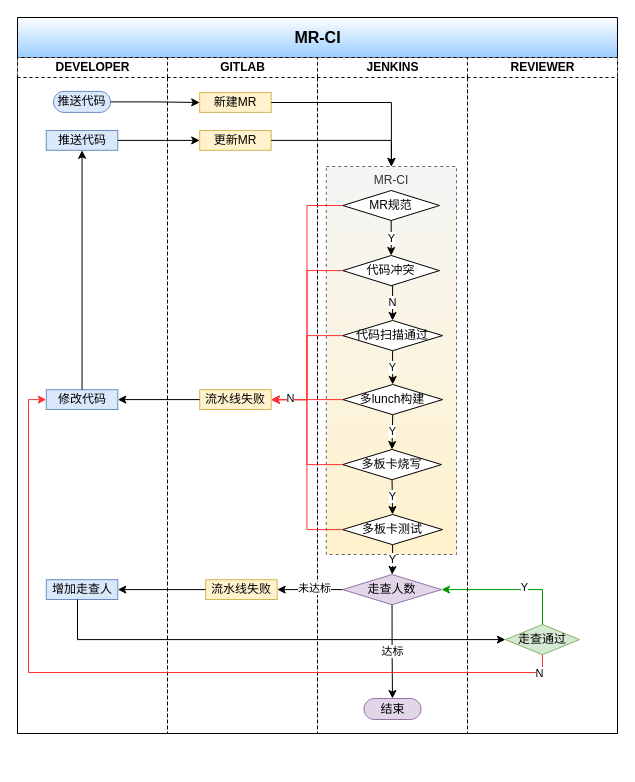
The draw.io diagram MR_CI_STATE.drawio in KaiGuoV5/drawio, before the edit. Source tidied: cells renumbered, new cells numbered last; positions are measured from the earlier drawing's top-left corner, leaving out a move shared by most shapes. Both pictures are drawn from the tidied source at 100%, with x=0, y=0 at pixel (17, 17).
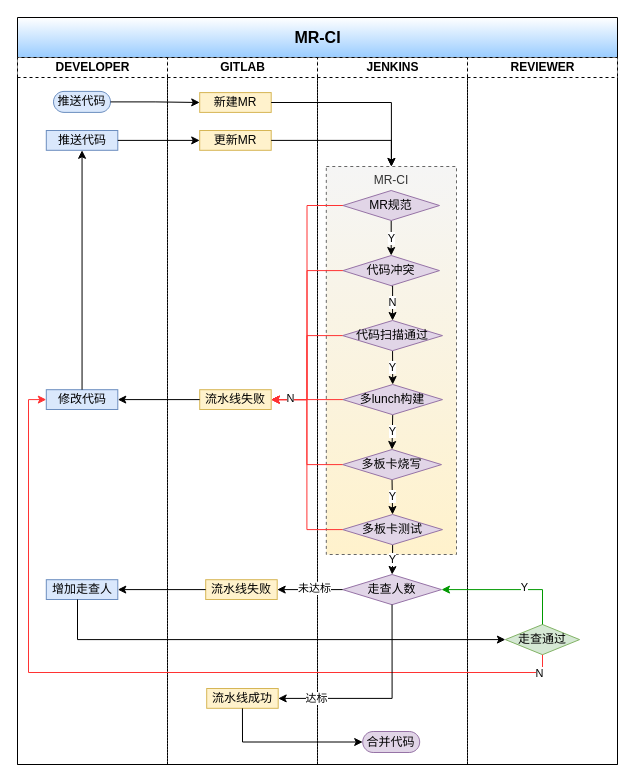
The same diagram, later.

Commit message:
MR增加自动合并.drawio

Unchanged cells that the change refers to:
```xml
<mxCell id="29" value="走查人数" style="rhombus;whiteSpace=wrap;html=1;dashed=0;fillColor=#e1d5e7;strokeColor=#9673a6;" parent="14" vertex="1">
  <mxGeometry x="25.1" y="517" width="98.9" height="30.2" as="geometry" />
</mxCell>
```

What changed in the source:
```diff
@@
     <mxCell id="2" value="MR-CI" style="swimlane;startSize=40;html=1;gradientColor=#99CCFF;fontSize=16;" parent="1" vertex="1">
-      <mxGeometry width="600" height="716" as="geometry" />
+      <mxGeometry width="600" height="747" as="geometry" />
     </mxCell>
     <mxCell id="3" value="DEVELOPER" style="swimlane;startSize=20;html=1;dashed=1;" parent="2" vertex="1">
-      <mxGeometry y="40" width="150" height="676" as="geometry" />
+      <mxGeometry y="40" width="150" height="707" as="geometry" />
     </mxCell>
@@
-    <mxCell id="9" value="GITLAB" style="swimlane;startSize=20;html=1;dashed=1;" parent="2" vertex="1">
-      <mxGeometry x="150" y="40" width="150" height="676" as="geometry" />
+    <mxCell id="9" value="GITLAB" style="swimlane;startSize=20;html=1;dashed=1;glass=0;swimlaneLine=1;swimlaneFillColor=none;" parent="2" vertex="1">
+      <mxGeometry x="150" y="40" width="150" height="707" as="geometry" />
     </mxCell>
@@
+    <mxCell id="53" value="流水线成功" style="whiteSpace=wrap;html=1;dashed=0;fillColor=#fff2cc;strokeColor=#d6b656;" parent="9" vertex="1">
+      <mxGeometry x="39.2" y="631" width="71.5" height="19.8" as="geometry" />
+    </mxCell>
     <mxCell id="14" value="JENKINS" style="swimlane;startSize=20;html=1;dashed=1;" parent="2" vertex="1">
-      <mxGeometry x="300" y="40" width="150" height="676" as="geometry" />
+      <mxGeometry x="300" y="40" width="150" height="707" as="geometry" />
     </mxCell>
@@
-    <mxCell id="17" value="MR规范" style="rhombus;whiteSpace=wrap;html=1;dashed=0;" parent="14" vertex="1">
+    <mxCell id="17" value="MR规范" style="rhombus;whiteSpace=wrap;html=1;dashed=0;fillColor=#e1d5e7;strokeColor=#9673a6;" parent="14" vertex="1">
       <mxGeometry x="25.4" y="133" width="96.6" height="30" as="geometry" />
     </mxCell>
@@
-    <mxCell id="19" value="代码冲突" style="rhombus;whiteSpace=wrap;html=1;dashed=0;" parent="14" vertex="1">
+    <mxCell id="19" value="代码冲突" style="rhombus;whiteSpace=wrap;html=1;dashed=0;fillColor=#e1d5e7;strokeColor=#9673a6;" parent="14" vertex="1">
       <mxGeometry x="25.4" y="198" width="96.6" height="30.2" as="geometry" />
     </mxCell>
@@
-    <mxCell id="21" value="代码扫描通过" style="rhombus;whiteSpace=wrap;html=1;dashed=0;" parent="14" vertex="1">
+    <mxCell id="21" value="代码扫描通过" style="rhombus;whiteSpace=wrap;html=1;dashed=0;fillColor=#e1d5e7;strokeColor=#9673a6;" parent="14" vertex="1">
       <mxGeometry x="25.1" y="263" width="99.9" height="30.2" as="geometry" />
     </mxCell>
@@
-    <mxCell id="23" value="多lunch构建" style="rhombus;whiteSpace=wrap;html=1;dashed=0;" parent="14" vertex="1">
+    <mxCell id="23" value="多lunch构建" style="rhombus;whiteSpace=wrap;html=1;dashed=0;fillColor=#e1d5e7;strokeColor=#9673a6;" parent="14" vertex="1">
       <mxGeometry x="25.4" y="327" width="99.6" height="30.2" as="geometry" />
     </mxCell>
@@
-    <mxCell id="25" value="多板卡烧写" style="rhombus;whiteSpace=wrap;html=1;dashed=0;" parent="14" vertex="1">
+    <mxCell id="25" value="多板卡烧写" style="rhombus;whiteSpace=wrap;html=1;dashed=0;fillColor=#e1d5e7;strokeColor=#9673a6;" parent="14" vertex="1">
       <mxGeometry x="25.1" y="392" width="98.9" height="30.2" as="geometry" />
     </mxCell>
@@
-    <mxCell id="27" value="多板卡测试" style="rhombus;whiteSpace=wrap;html=1;dashed=0;" parent="14" vertex="1">
+    <mxCell id="27" value="多板卡测试" style="rhombus;whiteSpace=wrap;html=1;dashed=0;fillColor=#e1d5e7;strokeColor=#9673a6;" parent="14" vertex="1">
       <mxGeometry x="25.1" y="457" width="99.9" height="30.2" as="geometry" />
     </mxCell>
-    <mxCell id="28" value="达标" style="edgeStyle=orthogonalEdgeStyle;rounded=0;jettySize=auto;html=1;exitX=0.5;exitY=1;exitDx=0;exitDy=0;entryX=0.5;entryY=0.5;entryDx=0;entryDy=-10.499999999999998;entryPerimeter=0;" parent="14" edge="1" source="29" target="30">
-      <mxGeometry relative="1" as="geometry" />
-    </mxCell>
@@
-    <mxCell id="30" value="结束" style="html=1;dashed=0;whiteSpace=wrap;shape=mxgraph.dfd.start;fillColor=#e1d5e7;strokeColor=#9673a6;" parent="14" vertex="1">
-      <mxGeometry x="46.5" y="641" width="57" height="21" as="geometry" />
-    </mxCell>
+    <mxCell id="54" value="合并代码" style="html=1;dashed=0;whiteSpace=wrap;shape=mxgraph.dfd.start;fillColor=#e1d5e7;strokeColor=#9673a6;" parent="14" vertex="1">
+      <mxGeometry x="45.2" y="674" width="57" height="21" as="geometry" />
+    </mxCell>
     <mxCell id="31" value="REVIEWER" style="swimlane;startSize=20;html=1;gradientColor=none;dashed=1;" parent="2" vertex="1">
-      <mxGeometry x="450" y="40" width="150" height="676" as="geometry" />
+      <mxGeometry x="450" y="40" width="150" height="707" as="geometry" />
     </mxCell>
@@
+    <mxCell id="28" value="达标" style="edgeStyle=orthogonalEdgeStyle;rounded=0;jettySize=auto;html=1;exitX=0.5;exitY=1;exitDx=0;exitDy=0;entryX=1;entryY=0.5;entryDx=0;entryDy=0;" parent="2" edge="1" source="29" target="53">
+      <mxGeometry x="0.63" relative="1" as="geometry" />
+    </mxCell>
+    <mxCell id="55" style="edgeStyle=orthogonalEdgeStyle;rounded=0;jettySize=auto;html=1;exitX=0.5;exitY=1;exitDx=0;exitDy=0;entryX=0;entryY=0.5;entryDx=0;entryDy=0;entryPerimeter=0;" parent="2" edge="1" source="53" target="54">
+      <mxGeometry relative="1" as="geometry" />
+    </mxCell>
```
